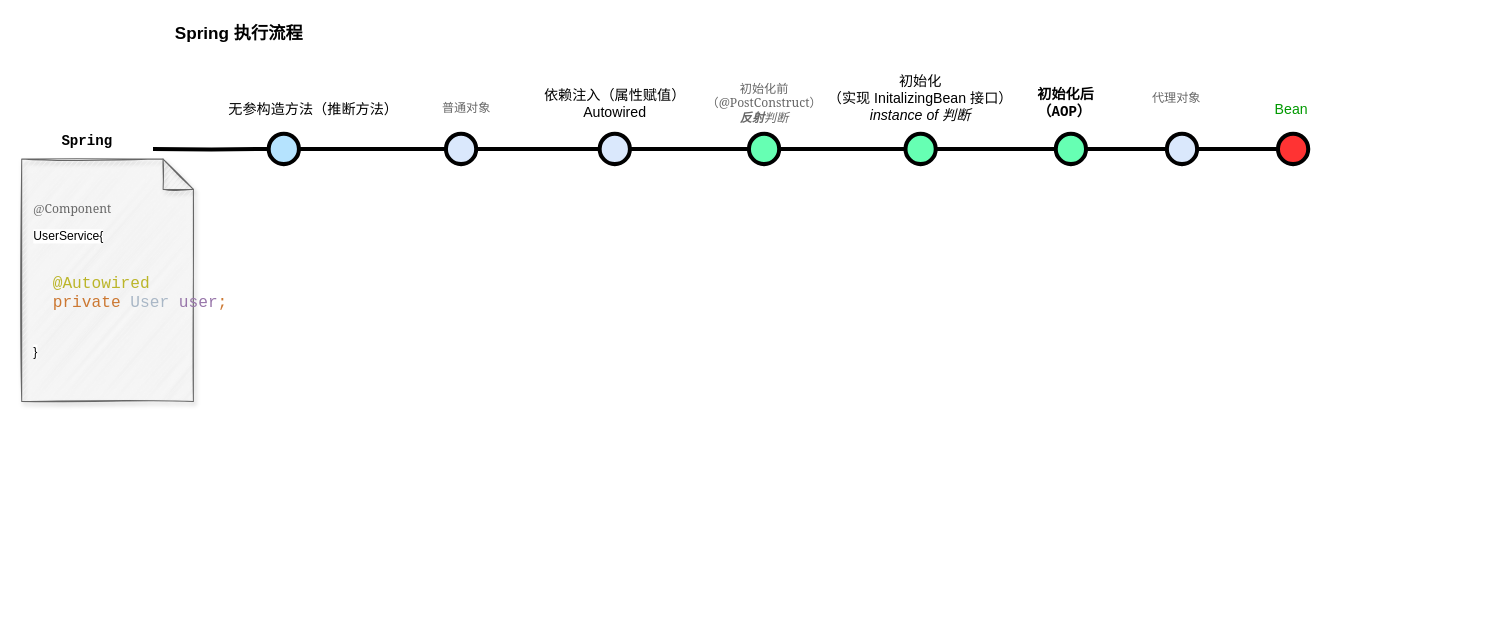
Before: Spring.drawio in TrumanWood/drawio, a draw.io diagram. Source tidied: cells renumbered, new cells numbered last; positions are measured from the earlier drawing's top-left corner, leaving out a move shared by most shapes. Both pictures are drawn from the tidied source at 101%, with x=0, y=0 at pixel (21, 17).
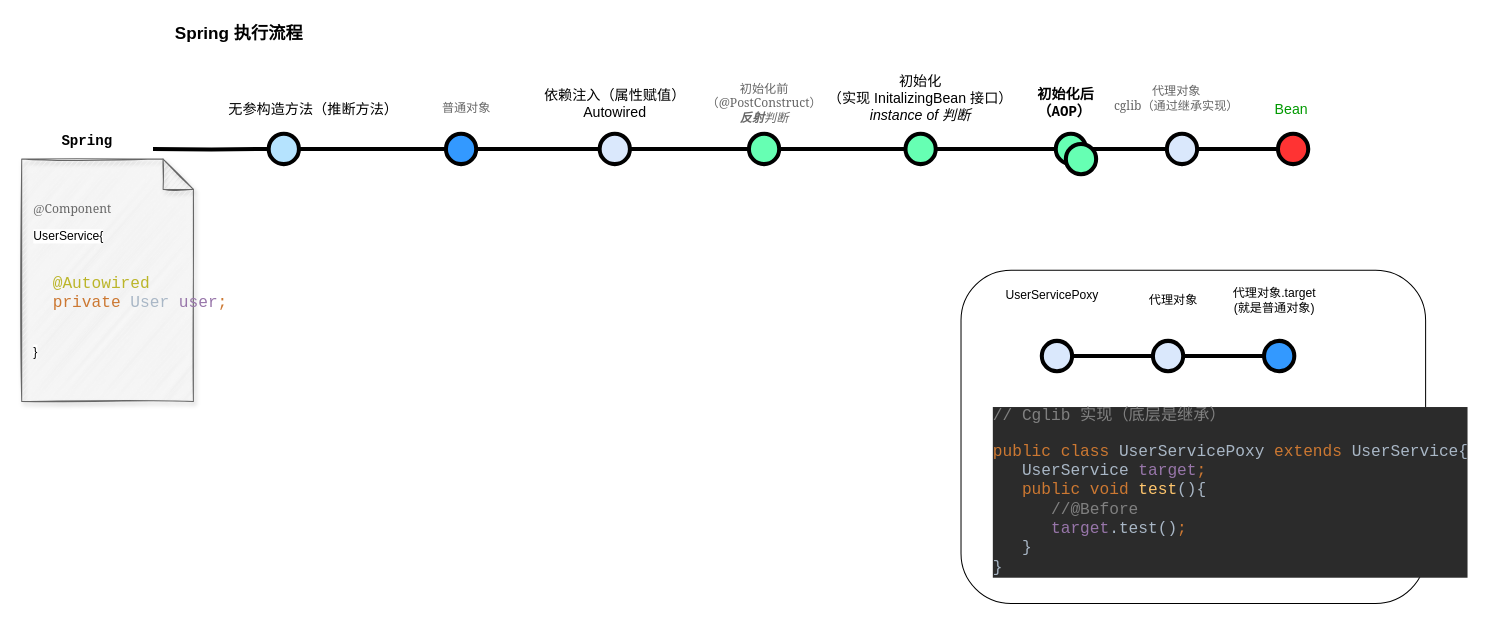
Above is the later version.

Diff of the diagram source:
```diff
@@
-    <mxCell id="6" style="verticalLabelPosition=bottom;verticalAlign=top;html=1;strokeWidth=4;shape=mxgraph.flowchart.on-page_reference;plain-blue;gradientColor=none;strokeColor=#000000;" parent="1" vertex="1">
+    <mxCell id="6" style="verticalLabelPosition=bottom;verticalAlign=top;html=1;strokeWidth=4;shape=mxgraph.flowchart.on-page_reference;plain-blue;gradientColor=none;strokeColor=#000000;fillColor=#3399FF;" parent="1" vertex="1">
       <mxGeometry x="420" y="115" width="30" height="30" as="geometry" />
     </mxCell>
@@
-    <mxCell id="26" value="代理对象" style="text;html=1;align=center;verticalAlign=middle;strokeColor=none;fillColor=none;fontSize=12;fontFamily=Georgia;fontColor=#666666;" parent="1" vertex="1">
-      <mxGeometry x="1107.5" y="65" width="70" height="30" as="geometry" />
+    <mxCell id="26" value="代理对象&lt;br&gt;cglib（通过继承实现）" style="text;html=1;align=center;verticalAlign=middle;strokeColor=none;fillColor=none;fontSize=12;fontFamily=Georgia;fontColor=#666666;" parent="1" vertex="1">
+      <mxGeometry x="1072.5" y="60" width="140" height="40" as="geometry" />
     </mxCell>
@@
+    <mxCell id="31" style="verticalLabelPosition=bottom;verticalAlign=top;html=1;strokeWidth=4;shape=mxgraph.flowchart.on-page_reference;plain-blue;gradientColor=none;strokeColor=#000000;fillColor=#66FFB3;" parent="1" vertex="1">
+      <mxGeometry x="1033.8" y="125" width="30" height="30" as="geometry" />
+    </mxCell>
+    <mxCell id="32" style="edgeStyle=orthogonalEdgeStyle;rounded=0;jettySize=auto;html=1;endArrow=none;endFill=0;strokeWidth=4;" parent="1" edge="1" source="33" target="35">
+      <mxGeometry relative="1" as="geometry" />
+    </mxCell>
+    <mxCell id="33" style="verticalLabelPosition=bottom;verticalAlign=top;html=1;strokeWidth=4;shape=mxgraph.flowchart.on-page_reference;plain-blue;gradientColor=none;strokeColor=#000000;" parent="1" vertex="1">
+      <mxGeometry x="1010" y="320" width="30" height="30" as="geometry" />
+    </mxCell>
+    <mxCell id="34" style="edgeStyle=orthogonalEdgeStyle;rounded=0;jettySize=auto;html=1;strokeWidth=4;endArrow=none;endFill=0;" parent="1" edge="1" source="35" target="38">
+      <mxGeometry relative="1" as="geometry" />
+    </mxCell>
+    <mxCell id="35" style="verticalLabelPosition=bottom;verticalAlign=top;html=1;strokeWidth=4;shape=mxgraph.flowchart.on-page_reference;plain-blue;gradientColor=none;strokeColor=#000000;" parent="1" vertex="1">
+      <mxGeometry x="1120" y="320" width="30" height="30" as="geometry" />
+    </mxCell>
+    <mxCell id="36" value="UserServicePoxy" style="text;html=1;align=center;verticalAlign=middle;strokeColor=none;fillColor=none;" parent="1" vertex="1">
+      <mxGeometry x="960" y="260" width="120" height="30" as="geometry" />
+    </mxCell>
+    <mxCell id="37" value="代理对象" style="text;html=1;align=center;verticalAlign=middle;strokeColor=none;fillColor=none;" parent="1" vertex="1">
+      <mxGeometry x="1105" y="265" width="70" height="30" as="geometry" />
+    </mxCell>
+    <mxCell id="38" style="verticalLabelPosition=bottom;verticalAlign=top;html=1;strokeWidth=4;shape=mxgraph.flowchart.on-page_reference;plain-blue;gradientColor=none;strokeColor=#000000;fillColor=#3399FF;" parent="1" vertex="1">
+      <mxGeometry x="1230" y="320" width="30" height="30" as="geometry" />
+    </mxCell>
+    <mxCell id="39" value="代理对象.target &lt;br&gt;(就是普通对象)" style="text;html=1;align=center;verticalAlign=middle;strokeColor=none;fillColor=none;" parent="1" vertex="1">
+      <mxGeometry x="1185" y="260" width="110" height="40" as="geometry" />
+    </mxCell>
+    <mxCell id="40" style="rounded=1;whiteSpace=wrap;html=1;fillColor=none;" parent="1" vertex="1">
+      <mxGeometry x="930" y="250" width="460" height="330" as="geometry" />
+    </mxCell>
+    <mxCell id="41" value="&lt;p style=&quot;line-height: 1.4;&quot;&gt;&lt;/p&gt;&lt;pre style=&quot;background-color:#2b2b2b;color:#a9b7c6;font-family:'JetBrains Mono',monospace;font-size:12.0pt;&quot;&gt;&lt;pre style=&quot;font-family: &amp;quot;JetBrains Mono&amp;quot;, monospace; font-size: 12pt;&quot;&gt;&lt;pre style=&quot;font-size: 12pt; font-family: &amp;quot;JetBrains Mono&amp;quot;, monospace;&quot;&gt;&lt;span style=&quot;color: rgb(128, 128, 128);&quot;&gt;// Cglib 实现（底层是继承）&lt;/span&gt;&lt;/pre&gt;&lt;/pre&gt;&lt;pre style=&quot;font-family: &amp;quot;JetBrains Mono&amp;quot;, monospace; font-size: 12pt;&quot;&gt;&lt;span style=&quot;color: rgb(204, 120, 50);&quot;&gt;public class &lt;/span&gt;UserServicePoxy &lt;span style=&quot;color: rgb(204, 120, 50);&quot;&gt;extends &lt;/span&gt;UserService{&lt;br&gt;   UserService &lt;span style=&quot;color: rgb(152, 118, 170);&quot;&gt;target&lt;/span&gt;&lt;span style=&quot;color: rgb(204, 120, 50);&quot;&gt;;&lt;br&gt;&lt;/span&gt;&lt;span style=&quot;color: rgb(204, 120, 50);&quot;&gt;   public void &lt;/span&gt;&lt;span style=&quot;color: rgb(255, 198, 109);&quot;&gt;test&lt;/span&gt;(){&lt;br&gt;      &lt;span style=&quot;color: rgb(128, 128, 128);&quot;&gt;//@Before&lt;br&gt;&lt;/span&gt;&lt;span style=&quot;color: rgb(128, 128, 128);&quot;&gt;      &lt;/span&gt;&lt;span style=&quot;color: rgb(152, 118, 170);&quot;&gt;target&lt;/span&gt;.test()&lt;span style=&quot;color: rgb(204, 120, 50);&quot;&gt;;&lt;br&gt;&lt;/span&gt;&lt;span style=&quot;color: rgb(204, 120, 50);&quot;&gt;   &lt;/span&gt;}&lt;br&gt;}&lt;/pre&gt;&lt;/pre&gt;&lt;p&gt;&lt;/p&gt;" style="text;html=1;strokeColor=none;fillColor=none;align=left;verticalAlign=middle;whiteSpace=wrap;rounded=0;" parent="1" vertex="1">
+      <mxGeometry x="960" y="400" width="390" height="140" as="geometry" />
+    </mxCell>
```
